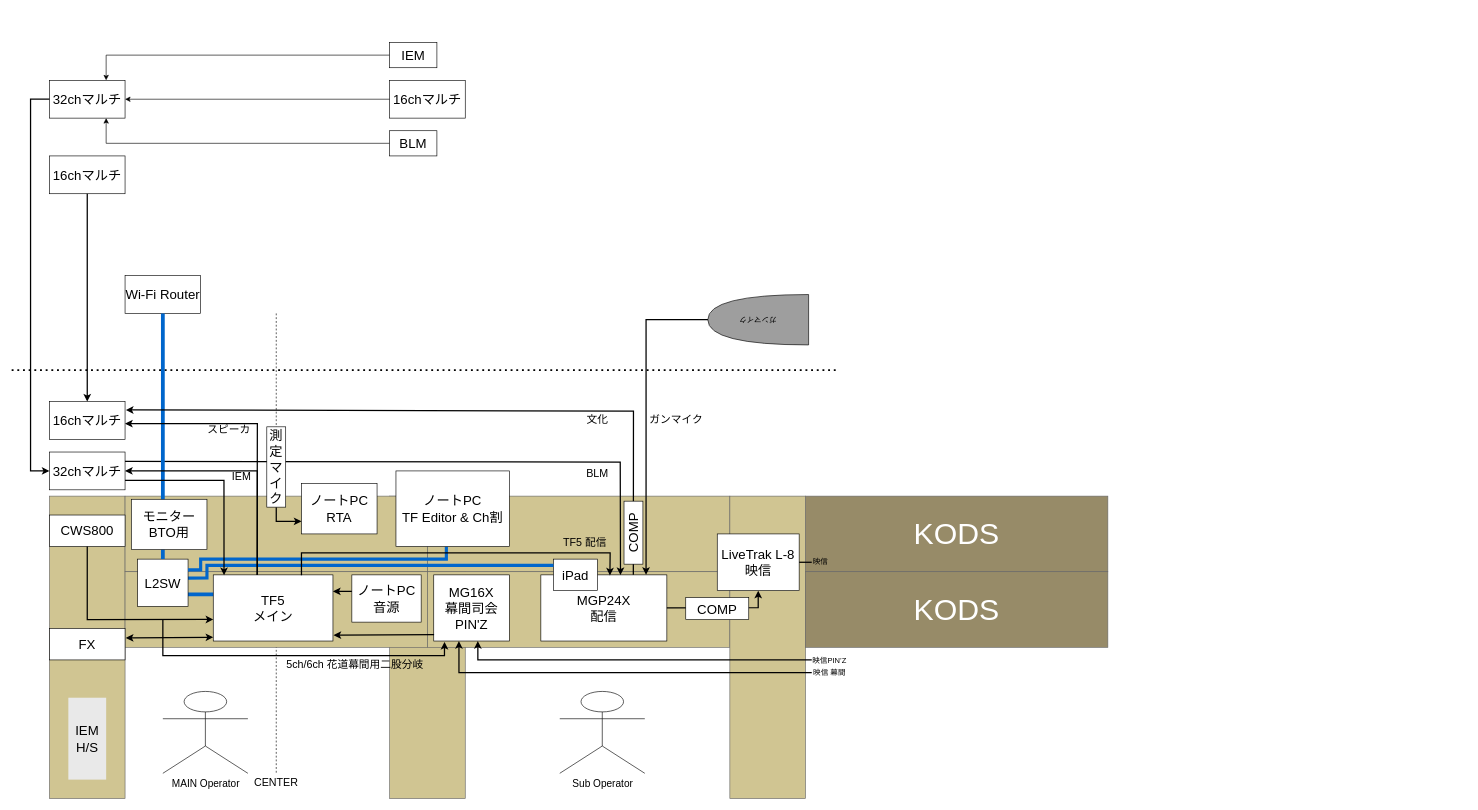
The draw.io diagram Geinousai.drawio in shuji4649/drawio, before the edit. Source tidied: cells renumbered, new cells numbered last; positions are measured from the earlier drawing's top-left corner, leaving out a move shared by most shapes. Both pictures are drawn from the tidied source at 63%, with x=0, y=0 at pixel (-64, 42).
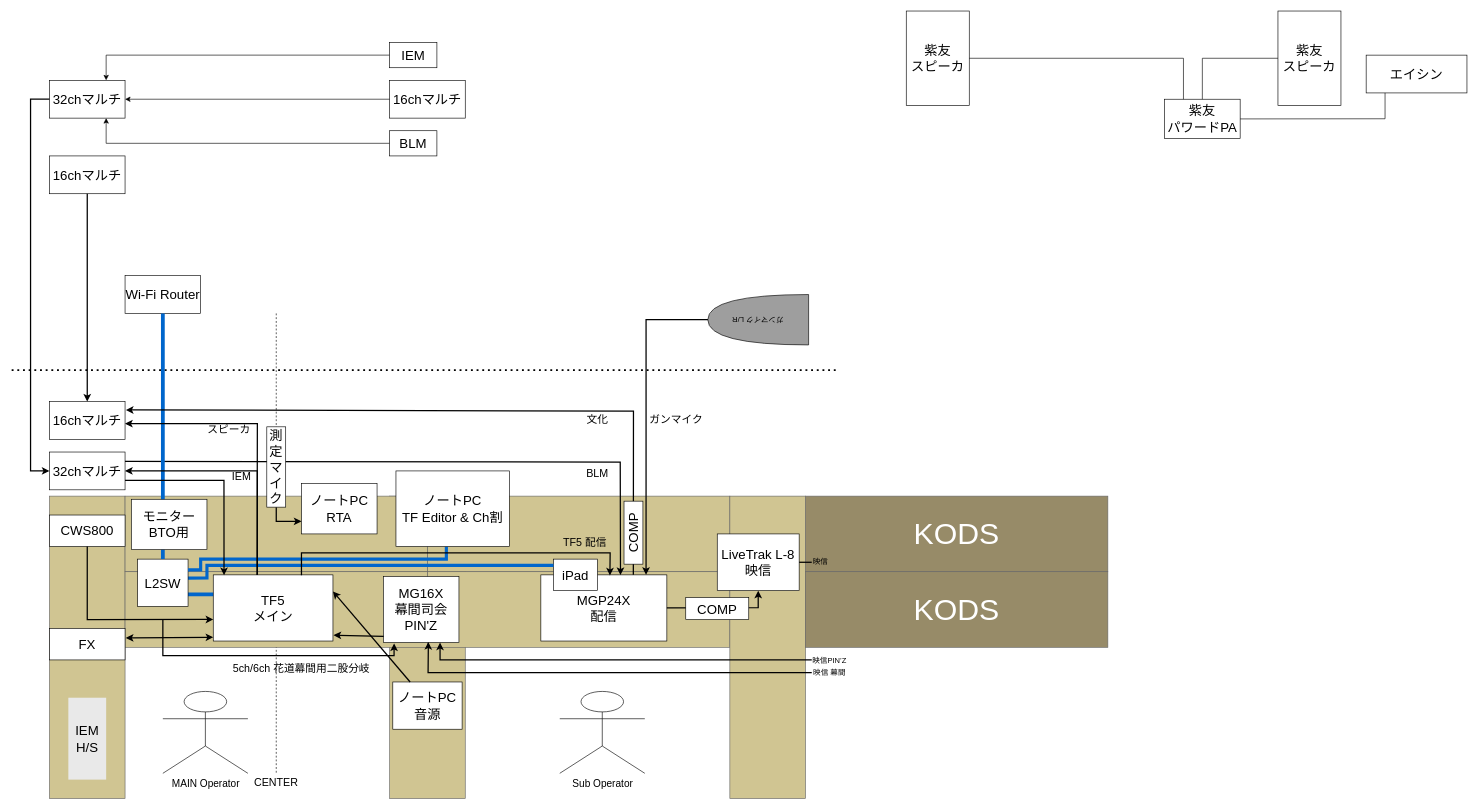
The same page after the edit.

Commit message:
Geinousai.drawio を更新します

Unchanged cells that the change refers to:
```xml
<mxCell id="7" style="rounded=0;whiteSpace=wrap;html=1;rotation=0;fillColor=#D0C592;fontColor=#333333;strokeColor=#666666;" parent="1" vertex="1">
  <mxGeometry x="300" y="840" width="480" height="120" as="geometry" />
</mxCell>
<mxCell id="27" value="&lt;font style=&quot;font-size: 21px;&quot;&gt;TF5&lt;/font&gt;&lt;div&gt;&lt;font style=&quot;font-size: 21px;&quot;&gt;メイン&lt;/font&gt;&lt;/div&gt;" style="rounded=0;whiteSpace=wrap;html=1;" parent="1" vertex="1">
  <mxGeometry x="440" y="845" width="190" height="105" as="geometry" />
</mxCell>
```

What changed in the source:
```diff
@@
     <mxCell id="13" value="&lt;span style=&quot;font-size: 21px;&quot;&gt;MG16X&lt;/span&gt;&lt;div&gt;&lt;span style=&quot;font-size: 21px;&quot;&gt;幕間司会PIN'Z&lt;/span&gt;&lt;/div&gt;" style="rounded=0;whiteSpace=wrap;html=1;" parent="1" vertex="1">
-      <mxGeometry x="790" y="845" width="120" height="105" as="geometry" />
+      <mxGeometry x="710" y="847.5" width="120" height="105" as="geometry" />
     </mxCell>
@@
-    <mxCell id="18" style="endArrow=classic;html=1;rounded=0;strokeWidth=2;" parent="1" edge="1">
+    <mxCell id="18" style="endArrow=classic;html=1;rounded=0;strokeWidth=2;entryX=0.75;entryY=1;entryDx=0;entryDy=0;" parent="1" edge="1" target="13">
       <mxGeometry relative="1" as="geometry">
         <mxPoint x="1390" y="980" as="sourcePoint" />
-        <mxPoint x="860" y="950" as="targetPoint" />
         <Array as="points">
-          <mxPoint x="860" y="980" />
+          <mxPoint x="800" y="980" />
         </Array>
       </mxGeometry>
     </mxCell>
-    <mxCell id="19" style="endArrow=classic;html=1;rounded=0;strokeWidth=2;" parent="1" edge="1">
+    <mxCell id="19" style="endArrow=classic;html=1;rounded=0;strokeWidth=2;entryX=1.003;entryY=0.93;entryDx=0;entryDy=0;entryPerimeter=0;" parent="1" edge="1" target="7">
       <mxGeometry relative="1" as="geometry">
         <mxPoint x="1390" y="1000" as="sourcePoint" />
-        <mxPoint x="830" y="950" as="targetPoint" />
         <Array as="points">
-          <mxPoint x="830" y="1000" />
+          <mxPoint x="781" y="1000" />
         </Array>
       </mxGeometry>
     </mxCell>
     <mxCell id="20" value="&lt;span style=&quot;font-size: 21px;&quot;&gt;ノートPC&lt;/span&gt;&lt;div&gt;&lt;span style=&quot;font-size: 21px;&quot;&gt;音源&lt;/span&gt;&lt;/div&gt;" style="rounded=0;whiteSpace=wrap;html=1;" parent="1" vertex="1">
-      <mxGeometry x="660" y="845" width="110" height="75" as="geometry" />
+      <mxGeometry x="725" y="1015" width="110" height="75" as="geometry" />
     </mxCell>
-    <mxCell id="21" style="endArrow=classic;html=1;rounded=0;entryX=1;entryY=0.25;entryDx=0;entryDy=0;strokeWidth=2;" parent="1" edge="1" target="27">
-      <mxGeometry relative="1" as="geometry">
-        <mxPoint x="660" y="871" as="sourcePoint" />
-      </mxGeometry>
+    <mxCell id="21" style="endArrow=classic;html=1;rounded=0;entryX=1;entryY=0.25;entryDx=0;entryDy=0;strokeWidth=2;exitX=0.25;exitY=0;exitDx=0;exitDy=0;" parent="1" edge="1" source="20" target="27">
+      <mxGeometry relative="1" as="geometry" />
     </mxCell>
@@
     <mxCell id="48" style="endArrow=classic;html=1;rounded=0;entryX=0.142;entryY=1.013;entryDx=0;entryDy=0;entryPerimeter=0;strokeWidth=2;" parent="1" edge="1" target="13">
       <mxGeometry relative="1" as="geometry">
         <mxPoint x="360" y="916" as="sourcePoint" />
         <Array as="points">
           <mxPoint x="360" y="973" />
-          <mxPoint x="807" y="973" />
+          <mxPoint x="727" y="973" />
         </Array>
       </mxGeometry>
     </mxCell>
@@
     <mxCell id="54" value="5ch/6ch 花道幕間用二股分岐" style="text;html=1;align=center;verticalAlign=middle;whiteSpace=wrap;rounded=0;fontSize=17;" parent="1" vertex="1">
-      <mxGeometry x="555" y="974" width="220" height="30" as="geometry" />
+      <mxGeometry x="470" y="980" width="220" height="30" as="geometry" />
     </mxCell>
@@
-    <mxCell id="58" value="ガンマイク" style="shape=or;whiteSpace=wrap;html=1;rotation=-180;fillColor=#9E9E9E;" parent="1" vertex="1">
+    <mxCell id="58" value="ガンマイク L/R" style="shape=or;whiteSpace=wrap;html=1;rotation=-180;fillColor=#9E9E9E;" parent="1" vertex="1">
       <mxGeometry x="1225" y="400" width="160" height="80" as="geometry" />
     </mxCell>
@@
+    <mxCell id="77" value="&lt;span style=&quot;font-size: 21px;&quot;&gt;紫友&lt;/span&gt;&lt;div&gt;&lt;span style=&quot;font-size: 21px;&quot;&gt;スピーカ&lt;/span&gt;&lt;/div&gt;" style="rounded=0;whiteSpace=wrap;html=1;" parent="1" vertex="1">
+      <mxGeometry x="1540" y="-50" width="100" height="150" as="geometry" />
+    </mxCell>
+    <mxCell id="78" value="&lt;span style=&quot;font-size: 21px;&quot;&gt;紫友&lt;/span&gt;&lt;div&gt;&lt;span style=&quot;font-size: 21px;&quot;&gt;スピーカ&lt;/span&gt;&lt;/div&gt;" style="rounded=0;whiteSpace=wrap;html=1;" parent="1" vertex="1">
+      <mxGeometry x="2130" y="-50" width="100" height="150" as="geometry" />
+    </mxCell>
+    <mxCell id="79" value="&lt;span style=&quot;font-size: 21px;&quot;&gt;紫友&lt;/span&gt;&lt;div&gt;&lt;span style=&quot;font-size: 21px;&quot;&gt;パワードPA&lt;/span&gt;&lt;/div&gt;" style="rounded=0;whiteSpace=wrap;html=1;" parent="1" vertex="1">
+      <mxGeometry x="1950" y="90" width="120" height="62.5" as="geometry" />
+    </mxCell>
+    <mxCell id="80" style="endArrow=none;html=1;rounded=0;exitX=1;exitY=0.5;exitDx=0;exitDy=0;entryX=0.25;entryY=0;entryDx=0;entryDy=0;" parent="1" edge="1" source="77" target="79">
+      <mxGeometry relative="1" as="geometry">
+        <Array as="points">
+          <mxPoint x="1980" y="25" />
+        </Array>
+      </mxGeometry>
+    </mxCell>
+    <mxCell id="81" style="endArrow=none;html=1;rounded=0;exitX=0;exitY=0.5;exitDx=0;exitDy=0;entryX=0.5;entryY=0;entryDx=0;entryDy=0;" parent="1" edge="1" source="78" target="79">
+      <mxGeometry relative="1" as="geometry">
+        <Array as="points">
+          <mxPoint x="2010" y="25" />
+        </Array>
+      </mxGeometry>
+    </mxCell>
+    <mxCell id="82" style="endArrow=none;html=1;rounded=0;entryX=1;entryY=0.5;entryDx=0;entryDy=0;" parent="1" edge="1" target="79">
+      <mxGeometry relative="1" as="geometry">
+        <mxPoint x="2300" y="70" as="sourcePoint" />
+        <Array as="points">
+          <mxPoint x="2300" y="121" />
+        </Array>
+      </mxGeometry>
+    </mxCell>
+    <mxCell id="83" value="&lt;span style=&quot;font-size: 21px;&quot;&gt;エイシン&lt;/span&gt;" style="rounded=0;whiteSpace=wrap;html=1;" parent="1" vertex="1">
+      <mxGeometry x="2270" y="20" width="160" height="60" as="geometry" />
+    </mxCell>
```
